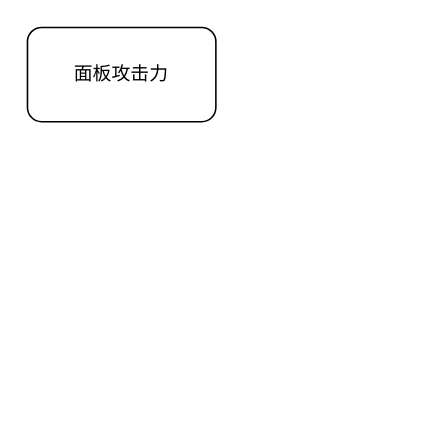
The draw.io diagram assets/img/gameplay/mhrsb/mhrsb_math.drawio in jskyzero/design.jskyzero.com, before the edit. Source tidied: cells renumbered, new cells numbered last; positions are measured from the earlier drawing's top-left corner, leaving out a move shared by most shapes. Both pictures are drawn from the tidied source at 157%, with x=0, y=0 at pixel (27, 27).
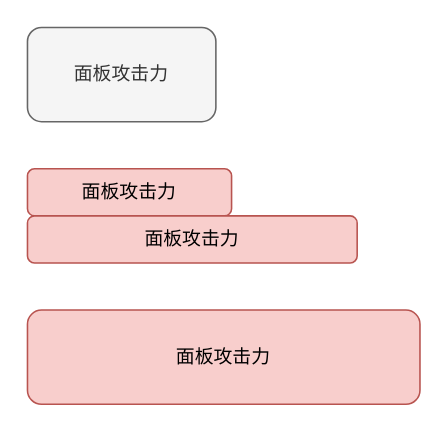
The same page after the edit.

What changed in the source:
```diff
@@
 <mxGraphModel>
   <root>
     <mxCell id="0" />
     <mxCell id="1" parent="0" />
-    <mxCell id="2" value="面板攻击力" style="rounded=1;whiteSpace=wrap;html=1;" parent="1" vertex="1">
+    <mxCell id="2" value="面板攻击力" style="rounded=1;whiteSpace=wrap;html=1;fillColor=#f5f5f5;fontColor=#333333;strokeColor=#666666;" parent="1" vertex="1">
       <mxGeometry width="120" height="60" as="geometry" />
     </mxCell>
+    <mxCell id="3" value="面板攻击力" style="rounded=1;whiteSpace=wrap;html=1;fillColor=#f8cecc;strokeColor=#b85450;" parent="1" vertex="1">
+      <mxGeometry y="90" width="130" height="30" as="geometry" />
+    </mxCell>
+    <mxCell id="4" value="面板攻击力" style="rounded=1;whiteSpace=wrap;html=1;fillColor=#f8cecc;strokeColor=#b85450;" parent="1" vertex="1">
+      <mxGeometry y="180" width="250" height="60" as="geometry" />
+    </mxCell>
+    <mxCell id="5" value="面板攻击力" style="rounded=1;whiteSpace=wrap;html=1;fillColor=#f8cecc;strokeColor=#b85450;" parent="1" vertex="1">
+      <mxGeometry y="120" width="210" height="30" as="geometry" />
+    </mxCell>
   </root>
 </mxGraphModel>
```
